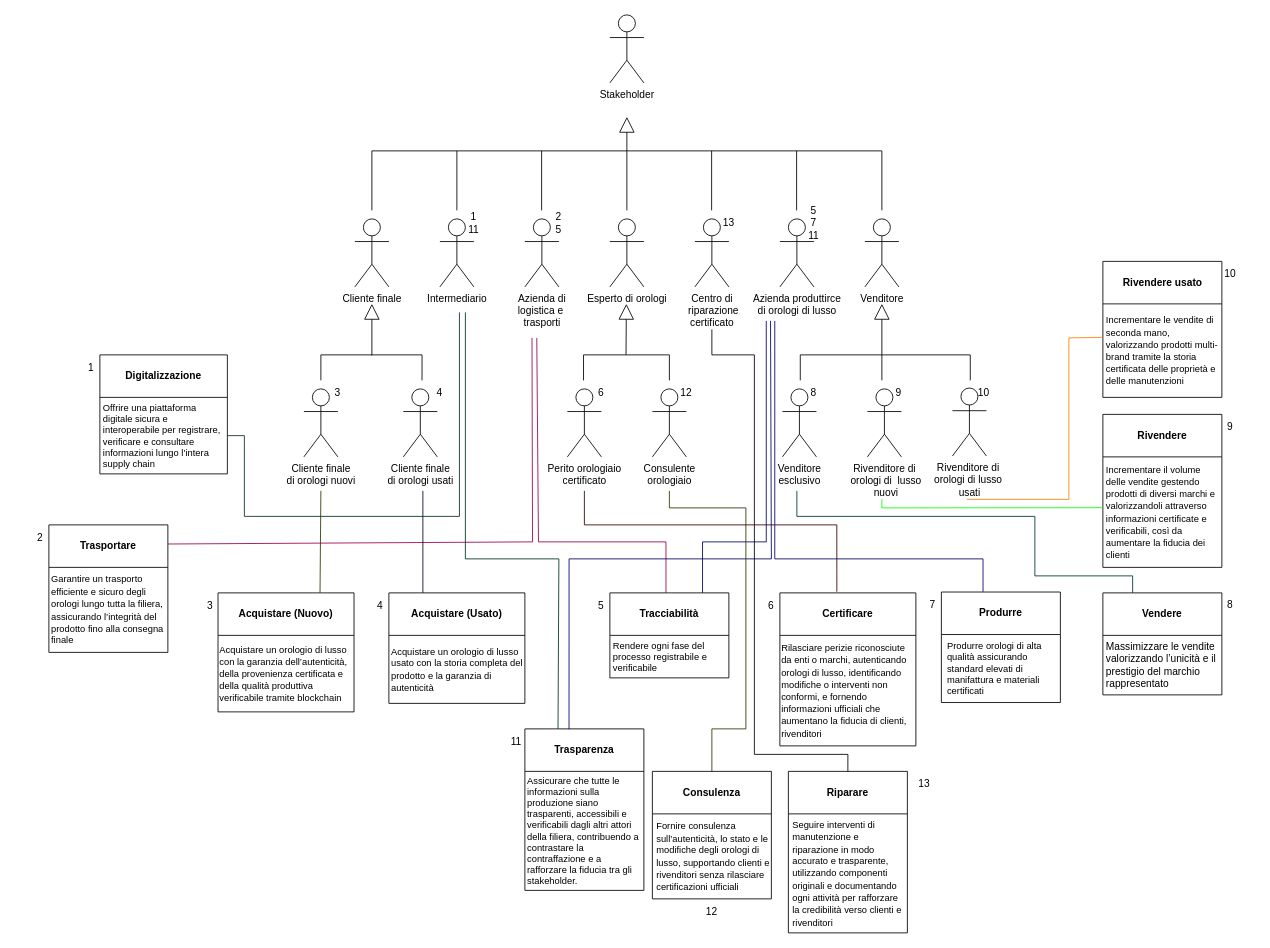
Earlier version of the draw.io diagram Diagrammi/Capitolo2/SoftGoalDiagram.drawio (Vittorio92/ProgettoSistemiInformativi). Source tidied: cells renumbered, new cells numbered last; positions are measured from the earlier drawing's top-left corner, leaving out a move shared by most shapes. Both pictures are drawn from the tidied source at 85%, with x=0, y=0 at pixel (14, 14).
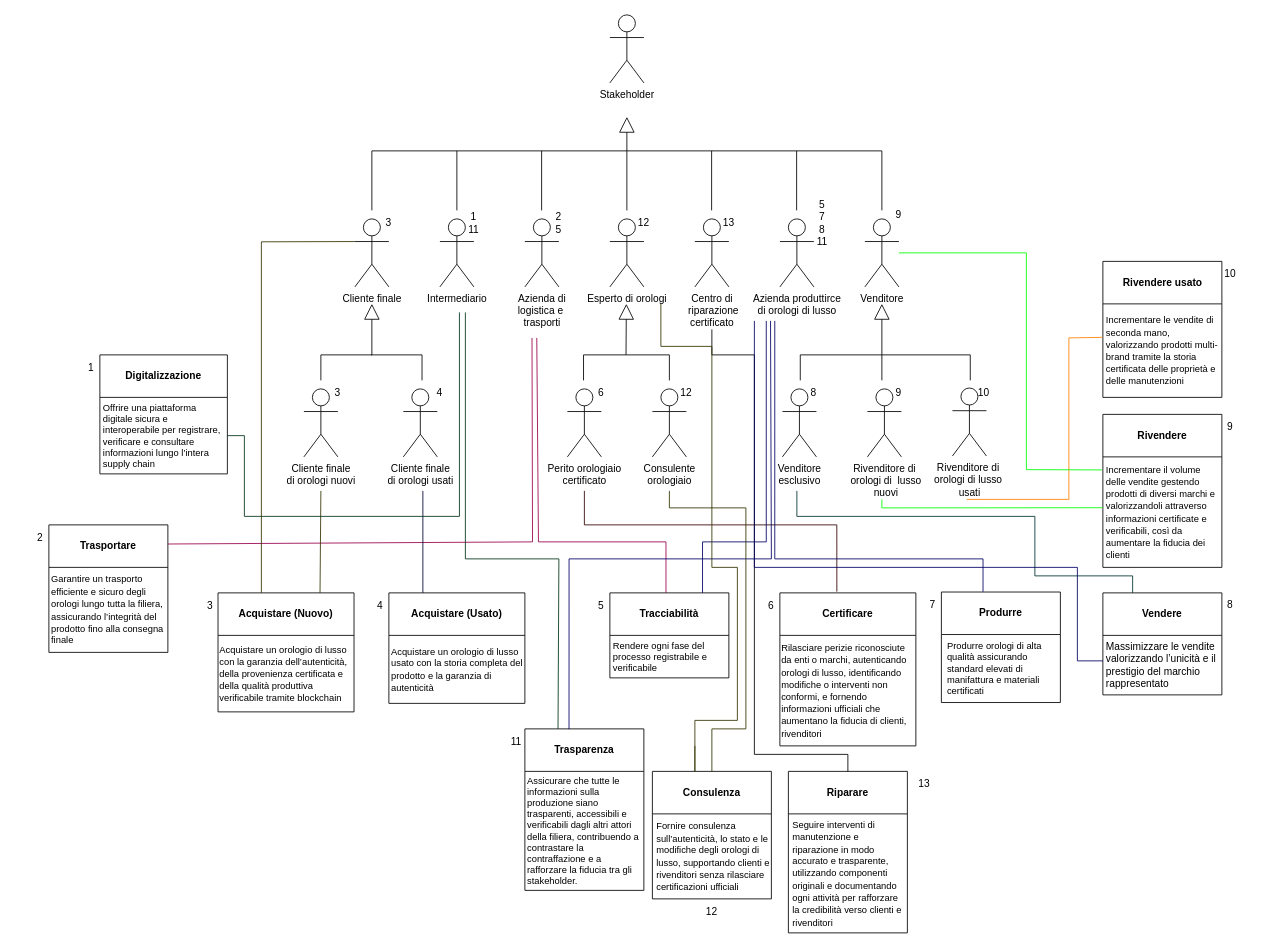
Above is the later version.

Unchanged cells that the change refers to:
```xml
<mxCell id="3" value="Cliente finale" style="shape=umlActor;verticalLabelPosition=bottom;verticalAlign=top;html=1;outlineConnect=0;" parent="1" vertex="1">
  <mxGeometry x="400" y="240" width="40" height="80" as="geometry" />
</mxCell>
<mxCell id="11" value="Venditore" style="shape=umlActor;verticalLabelPosition=bottom;verticalAlign=top;html=1;outlineConnect=0;" parent="1" vertex="1">
  <mxGeometry x="1000" y="240" width="40" height="80" as="geometry" />
</mxCell>
<mxCell id="41" value="&lt;font style=&quot;font-size: 11px;&quot;&gt;Incrementare il volume delle vendite gestendo prodotti di diversi marchi e valorizzandoli attraverso informazioni certificate e verificabili, così da aumentare la fiducia dei clienti&lt;/font&gt;" style="text;html=1;whiteSpace=wrap;strokeColor=none;fillColor=none;align=left;verticalAlign=middle;rounded=0;spacingLeft=2;" parent="40" vertex="1">
  <mxGeometry y="50" width="140" height="130" as="geometry" />
</mxCell>
```

Change to the diagram source:
```diff
@@
-    <mxCell id="89" value="&lt;div&gt;5&lt;/div&gt;7&lt;div&gt;11&lt;/div&gt;" style="text;html=1;whiteSpace=wrap;strokeColor=none;fillColor=none;align=center;verticalAlign=middle;rounded=0;" parent="1" vertex="1">
-      <mxGeometry x="910" y="230" width="60" height="30" as="geometry" />
+    <mxCell id="89" value="&lt;div&gt;5&lt;/div&gt;7&lt;br&gt;8&lt;br&gt;&lt;div&gt;11&lt;/div&gt;" style="text;html=1;whiteSpace=wrap;strokeColor=none;fillColor=none;align=center;verticalAlign=middle;rounded=0;" parent="1" vertex="1">
+      <mxGeometry x="920" y="230" width="60" height="30" as="geometry" />
     </mxCell>
@@
+    <mxCell id="95" style="endArrow=none;html=1;rounded=0;exitX=0.75;exitY=0;exitDx=0;exitDy=0;strokeColor=#333300;entryX=0;entryY=0.3333333333333333;entryDx=0;entryDy=0;entryPerimeter=0;" parent="1" edge="1" target="3">
+      <mxGeometry relative="1" as="geometry">
+        <mxPoint x="290" y="680" as="sourcePoint" />
+        <Array as="points">
+          <mxPoint x="290" y="267" />
+        </Array>
+      </mxGeometry>
+    </mxCell>
+    <mxCell id="96" value="3" style="text;html=1;whiteSpace=wrap;strokeColor=none;fillColor=none;align=center;verticalAlign=middle;rounded=0;" parent="1" vertex="1">
+      <mxGeometry x="410" y="230" width="60" height="30" as="geometry" />
+    </mxCell>
+    <mxCell id="97" value="12" style="text;html=1;whiteSpace=wrap;strokeColor=none;fillColor=none;align=center;verticalAlign=middle;rounded=0;" parent="1" vertex="1">
+      <mxGeometry x="710" y="230" width="60" height="30" as="geometry" />
+    </mxCell>
+    <mxCell id="98" value="9" style="text;html=1;whiteSpace=wrap;strokeColor=none;fillColor=none;align=center;verticalAlign=middle;rounded=0;" parent="1" vertex="1">
+      <mxGeometry x="1010" y="220" width="60" height="30" as="geometry" />
+    </mxCell>
+    <mxCell id="99" style="endArrow=none;html=1;rounded=0;exitX=-0.007;exitY=0.118;exitDx=0;exitDy=0;exitPerimeter=0;strokeColor=#00FF00;" parent="1" edge="1" source="41" target="11">
+      <mxGeometry relative="1" as="geometry">
+        <Array as="points">
+          <mxPoint x="1190" y="535" />
+          <mxPoint x="1190" y="280" />
+        </Array>
+      </mxGeometry>
+    </mxCell>
+    <mxCell id="100" style="endArrow=none;html=1;rounded=0;strokeColor=#000066;" parent="1" edge="1">
+      <mxGeometry relative="1" as="geometry">
+        <mxPoint x="1280" y="760" as="sourcePoint" />
+        <mxPoint x="870" y="360" as="targetPoint" />
+        <Array as="points">
+          <mxPoint x="1250" y="760" />
+          <mxPoint x="1250" y="650" />
+          <mxPoint x="870" y="650" />
+        </Array>
+      </mxGeometry>
+    </mxCell>
+    <mxCell id="101" style="endArrow=none;html=1;rounded=0;strokeColor=#333300;" parent="1" edge="1">
+      <mxGeometry relative="1" as="geometry">
+        <mxPoint x="800" y="860" as="sourcePoint" />
+        <mxPoint x="760" y="340" as="targetPoint" />
+        <Array as="points">
+          <mxPoint x="800" y="890" />
+          <mxPoint x="800" y="830" />
+          <mxPoint x="850" y="830" />
+          <mxPoint x="850" y="650" />
+          <mxPoint x="820" y="650" />
+          <mxPoint x="820" y="390" />
+          <mxPoint x="760" y="390" />
+        </Array>
+      </mxGeometry>
+    </mxCell>
```
